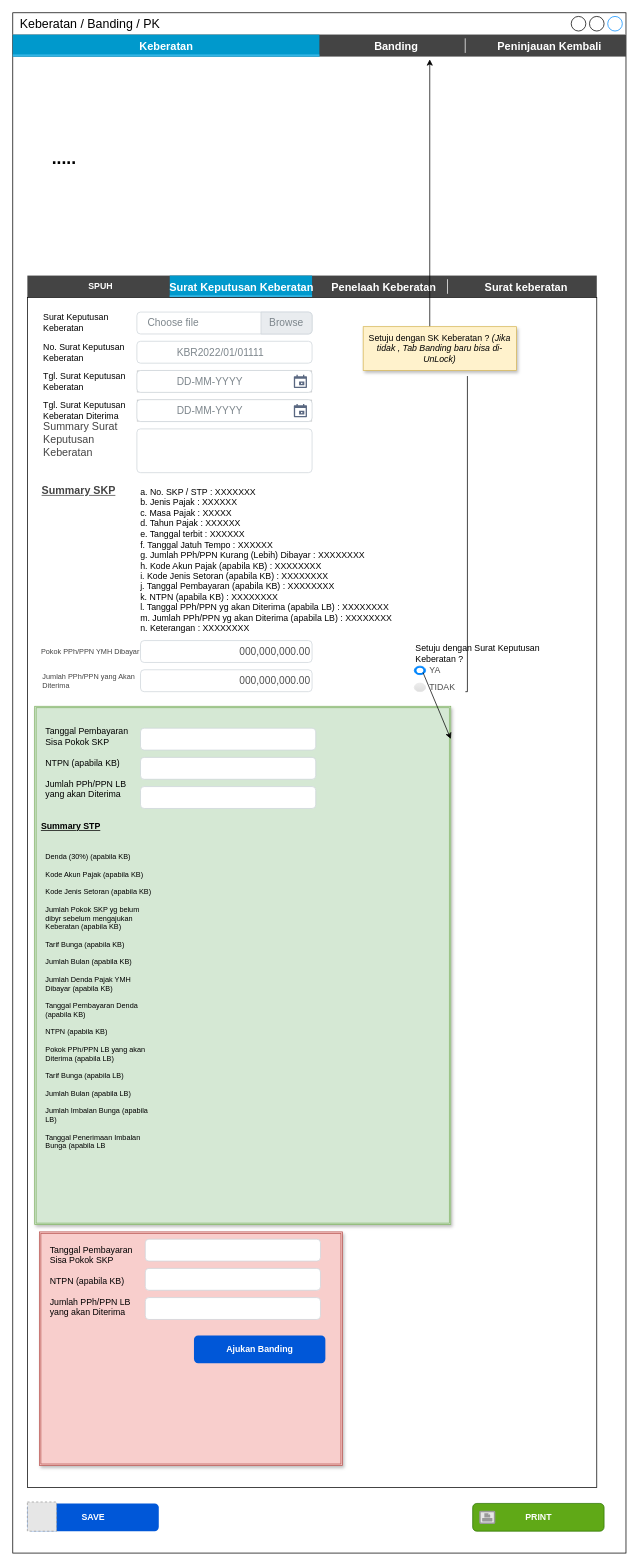
prasetyodavid/TAMS keeps this draw.io diagram as page "3.2 Keberatan_SK_Keberatan" (14 of 21) of TAMS.drawio. Above is the earlier version. Source tidied: cells renumbered, new cells numbered last; positions are measured from the earlier drawing's top-left corner, leaving out a move shared by most shapes. Both pictures are drawn from the tidied source at 73%, with x=0, y=0 at pixel (12, 12). Pictures stored in the file or linked from it are replaced by grey dashed boxes.
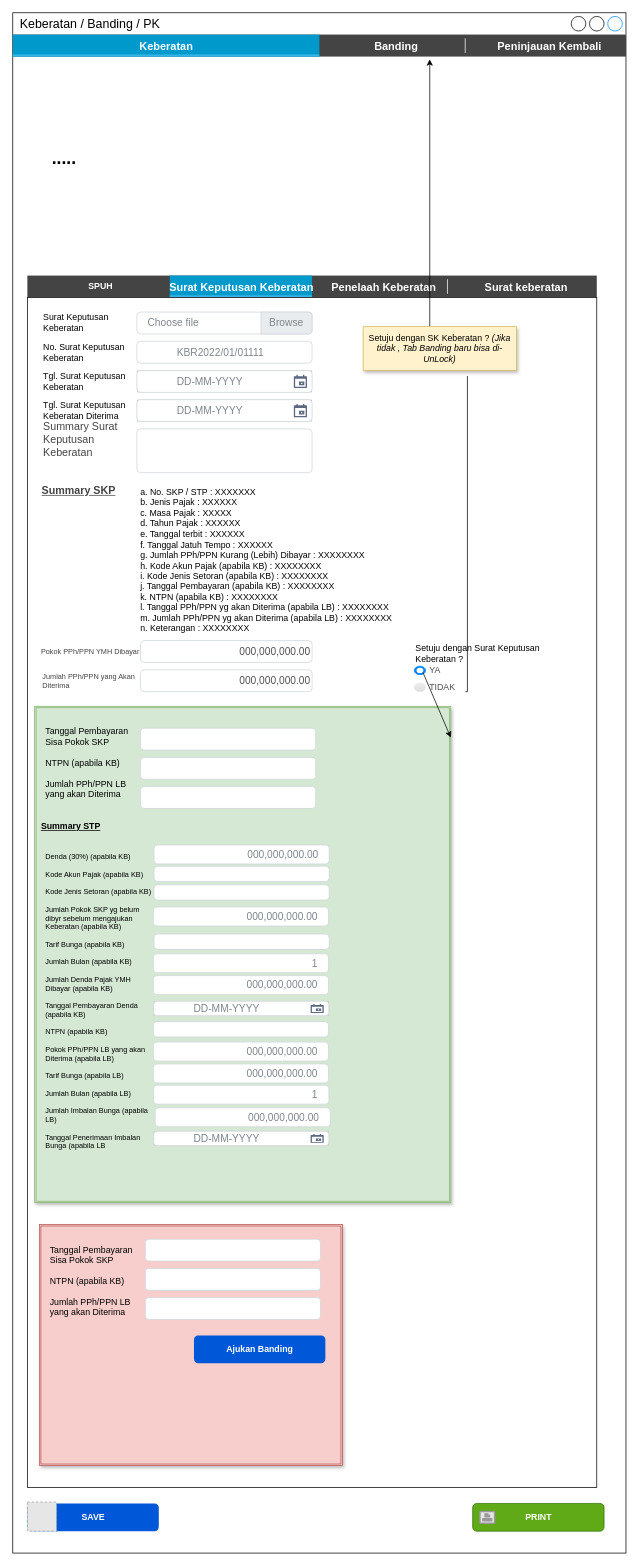
Above is the later version.

Diff of the diagram source:
```diff
@@
     <mxCell id="45" style="shape=ext;double=1;rounded=0;whiteSpace=wrap;html=1;shadow=1;strokeColor=#82b366;strokeWidth=1;fillColor=#d5e8d4;" parent="1" vertex="1">
-      <mxGeometry x="30" y="950" width="570" height="710" as="geometry" />
+      <mxGeometry x="30" y="950" width="570" height="680" as="geometry" />
     </mxCell>
@@
-    <mxCell id="57" style="html=1;shadow=0;dashed=0;shape=mxgraph.bootstrap.rrect;rSize=5;strokeColor=#CED4DA;html=1;whiteSpace=wrap;fillColor=#FFFFFF;fontColor=#7D868C;align=left;spacing=15;spacingLeft=40;fontSize=14;" parent="1" vertex="1">
+    <mxCell id="57" style="html=1;shadow=0;dashed=0;shape=mxgraph.bootstrap.rrect;rSize=5;strokeColor=#CED4DA;html=1;whiteSpace=wrap;fillColor=#FFFFFF;fontColor=#7D868C;align=right;spacing=15;spacingLeft=40;fontSize=14;" parent="1" vertex="1">
       <mxGeometry x="175" y="980" width="240" height="30" as="geometry" />
     </mxCell>
@@
     <mxCell id="61" style="shape=ext;double=1;rounded=0;whiteSpace=wrap;html=1;shadow=1;strokeColor=#b85450;strokeWidth=1;fillColor=#f8cecc;" parent="1" vertex="1">
-      <mxGeometry x="36.5" y="1670" width="415" height="320" as="geometry" />
+      <mxGeometry x="36.5" y="1660" width="415" height="330" as="geometry" />
     </mxCell>
@@
+    <mxCell id="69" value="000,000,000.00" style="html=1;shadow=0;dashed=0;shape=mxgraph.bootstrap.rrect;rSize=5;strokeColor=#CED4DA;html=1;whiteSpace=wrap;fillColor=#FFFFFF;fontColor=#7D868C;align=right;spacing=15;spacingLeft=40;fontSize=14;" parent="1" vertex="1">
+      <mxGeometry x="193.5" y="1140" width="240" height="26" as="geometry" />
+    </mxCell>
+    <mxCell id="70" style="html=1;shadow=0;dashed=0;shape=mxgraph.bootstrap.rrect;rSize=5;strokeColor=#CED4DA;html=1;whiteSpace=wrap;fillColor=#FFFFFF;fontColor=#7D868C;align=right;spacing=15;spacingLeft=40;fontSize=14;" parent="1" vertex="1">
+      <mxGeometry x="193.5" y="1169" width="240" height="21" as="geometry" />
+    </mxCell>
+    <mxCell id="71" style="html=1;shadow=0;dashed=0;shape=mxgraph.bootstrap.rrect;rSize=5;strokeColor=#CED4DA;html=1;whiteSpace=wrap;fillColor=#FFFFFF;fontColor=#7D868C;align=right;spacing=15;spacingLeft=40;fontSize=14;" parent="1" vertex="1">
+      <mxGeometry x="193.5" y="1194.5" width="240" height="21" as="geometry" />
+    </mxCell>
+    <mxCell id="72" value="000,000,000.00" style="html=1;shadow=0;dashed=0;shape=mxgraph.bootstrap.rrect;rSize=5;strokeColor=#CED4DA;html=1;whiteSpace=wrap;fillColor=#FFFFFF;fontColor=#7D868C;align=right;spacing=15;spacingLeft=40;fontSize=14;" parent="1" vertex="1">
+      <mxGeometry x="192.5" y="1225" width="240" height="26" as="geometry" />
+    </mxCell>
+    <mxCell id="73" style="html=1;shadow=0;dashed=0;shape=mxgraph.bootstrap.rrect;rSize=5;strokeColor=#CED4DA;html=1;whiteSpace=wrap;fillColor=#FFFFFF;fontColor=#7D868C;align=right;spacing=15;spacingLeft=40;fontSize=14;" parent="1" vertex="1">
+      <mxGeometry x="193.5" y="1262" width="240" height="21" as="geometry" />
+    </mxCell>
+    <mxCell id="74" value="1" style="html=1;shadow=0;dashed=0;shape=mxgraph.bootstrap.rrect;rSize=5;strokeColor=#CED4DA;html=1;whiteSpace=wrap;fillColor=#FFFFFF;fontColor=#7D868C;align=right;spacing=15;spacingLeft=40;fontSize=14;" parent="1" vertex="1">
+      <mxGeometry x="192.5" y="1289" width="240" height="26" as="geometry" />
+    </mxCell>
+    <mxCell id="75" value="000,000,000.00" style="html=1;shadow=0;dashed=0;shape=mxgraph.bootstrap.rrect;rSize=5;strokeColor=#CED4DA;html=1;whiteSpace=wrap;fillColor=#FFFFFF;fontColor=#7D868C;align=right;spacing=15;spacingLeft=40;fontSize=14;" parent="1" vertex="1">
+      <mxGeometry x="192.5" y="1319" width="240" height="26" as="geometry" />
+    </mxCell>
+    <mxCell id="76" style="group;fillColor=#C7C7C7;" parent="1" vertex="1">
+      <mxGeometry x="193" y="1354" width="240" height="20" as="geometry" />
+    </mxCell>
+    <mxCell id="77" value="DD-MM-YYYY" style="html=1;shadow=0;dashed=0;shape=mxgraph.bootstrap.rrect;rSize=5;strokeColor=#CED4DA;html=1;whiteSpace=wrap;fillColor=#FFFFFF;fontColor=#7D868C;align=left;spacing=15;spacingLeft=40;fontSize=14;" parent="76" vertex="1">
+      <mxGeometry width="240" height="20" as="geometry" />
+    </mxCell>
+    <mxCell id="78" style="shape=mxgraph.gmdl.calendar;fillColor=#5A6881;strokeColor=none;sketch=0;hachureGap=4;fontFamily=Architects Daughter;fontSize=20;fontColor=default;html=1;" parent="76" vertex="1">
+      <mxGeometry x="215" y="4" width="18" height="12" as="geometry" />
+    </mxCell>
+    <mxCell id="79" style="html=1;shadow=0;dashed=0;shape=mxgraph.bootstrap.rrect;rSize=5;strokeColor=#CED4DA;html=1;whiteSpace=wrap;fillColor=#FFFFFF;fontColor=#7D868C;align=right;spacing=15;spacingLeft=40;fontSize=14;" parent="1" vertex="1">
+      <mxGeometry x="192.5" y="1382" width="240" height="21" as="geometry" />
+    </mxCell>
+    <mxCell id="80" value="000,000,000.00" style="html=1;shadow=0;dashed=0;shape=mxgraph.bootstrap.rrect;rSize=5;strokeColor=#CED4DA;html=1;whiteSpace=wrap;fillColor=#FFFFFF;fontColor=#7D868C;align=right;spacing=15;spacingLeft=40;fontSize=14;" parent="1" vertex="1">
+      <mxGeometry x="192.5" y="1410" width="240" height="26" as="geometry" />
+    </mxCell>
+    <mxCell id="81" value="000,000,000.00" style="html=1;shadow=0;dashed=0;shape=mxgraph.bootstrap.rrect;rSize=5;strokeColor=#CED4DA;html=1;whiteSpace=wrap;fillColor=#FFFFFF;fontColor=#7D868C;align=right;spacing=15;spacingLeft=40;fontSize=14;" parent="1" vertex="1">
+      <mxGeometry x="192.5" y="1440" width="240" height="26" as="geometry" />
+    </mxCell>
+    <mxCell id="82" value="1" style="html=1;shadow=0;dashed=0;shape=mxgraph.bootstrap.rrect;rSize=5;strokeColor=#CED4DA;html=1;whiteSpace=wrap;fillColor=#FFFFFF;fontColor=#7D868C;align=right;spacing=15;spacingLeft=40;fontSize=14;" parent="1" vertex="1">
+      <mxGeometry x="193" y="1469" width="240" height="26" as="geometry" />
+    </mxCell>
+    <mxCell id="83" value="000,000,000.00" style="html=1;shadow=0;dashed=0;shape=mxgraph.bootstrap.rrect;rSize=5;strokeColor=#CED4DA;html=1;whiteSpace=wrap;fillColor=#FFFFFF;fontColor=#7D868C;align=right;spacing=15;spacingLeft=40;fontSize=14;" parent="1" vertex="1">
+      <mxGeometry x="195" y="1500" width="240" height="26" as="geometry" />
+    </mxCell>
+    <mxCell id="84" style="group;fillColor=#C7C7C7;" parent="1" vertex="1">
+      <mxGeometry x="193" y="1532" width="240" height="20" as="geometry" />
+    </mxCell>
+    <mxCell id="85" value="DD-MM-YYYY" style="html=1;shadow=0;dashed=0;shape=mxgraph.bootstrap.rrect;rSize=5;strokeColor=#CED4DA;html=1;whiteSpace=wrap;fillColor=#FFFFFF;fontColor=#7D868C;align=left;spacing=15;spacingLeft=40;fontSize=14;" parent="84" vertex="1">
+      <mxGeometry width="240" height="20" as="geometry" />
+    </mxCell>
+    <mxCell id="86" style="shape=mxgraph.gmdl.calendar;fillColor=#5A6881;strokeColor=none;sketch=0;hachureGap=4;fontFamily=Architects Daughter;fontSize=20;fontColor=default;html=1;" parent="84" vertex="1">
+      <mxGeometry x="215" y="4" width="18" height="12" as="geometry" />
+    </mxCell>
```
